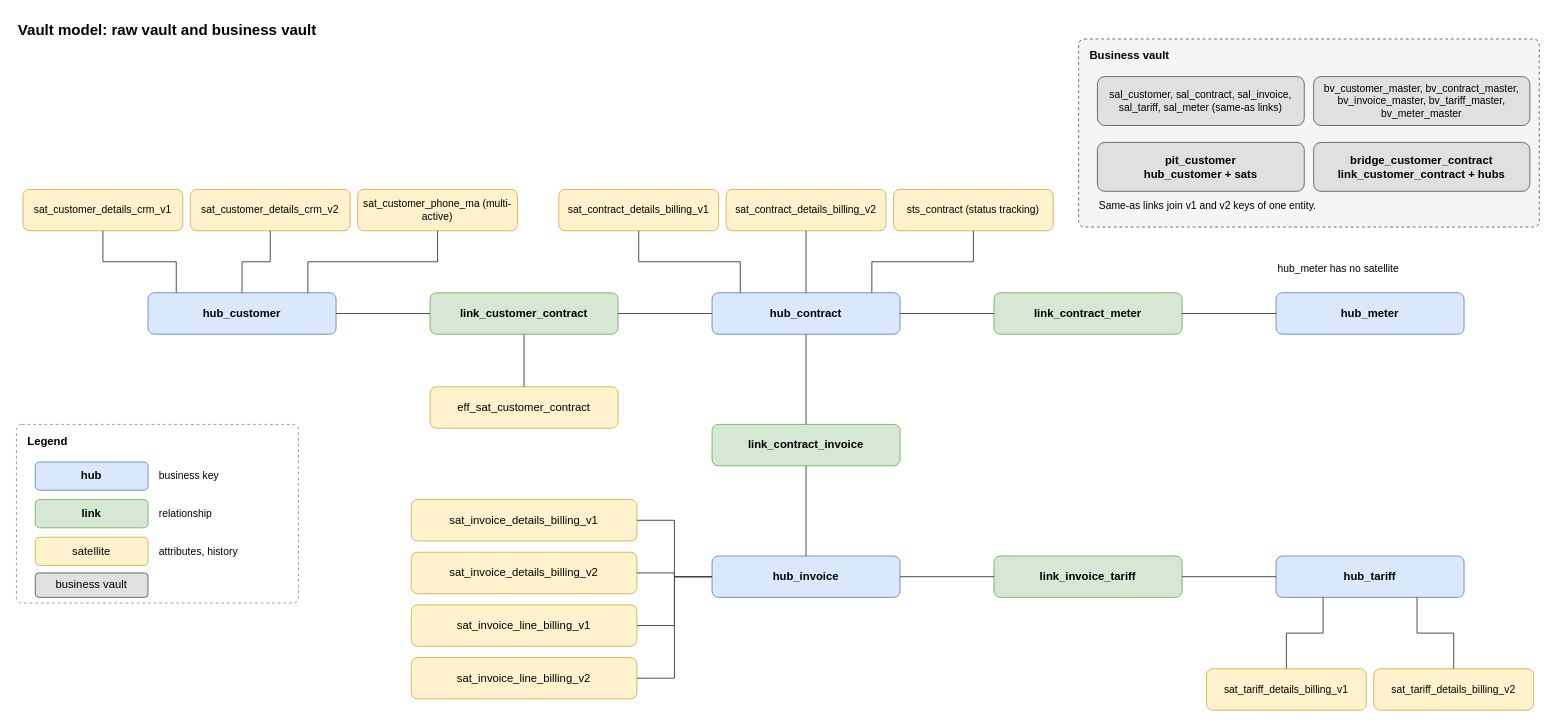
Earlier version of the draw.io diagram page "2 Vault model" (2 of 3) of docs/architecture.drawio (aglivin/vault-lakehouse-migration). Source tidied: cells renumbered, new cells numbered last; positions are measured from the earlier drawing's top-left corner, leaving out a move shared by most shapes. Both pictures are drawn from the tidied source at 94%, with x=0, y=0 at pixel (16, 16).
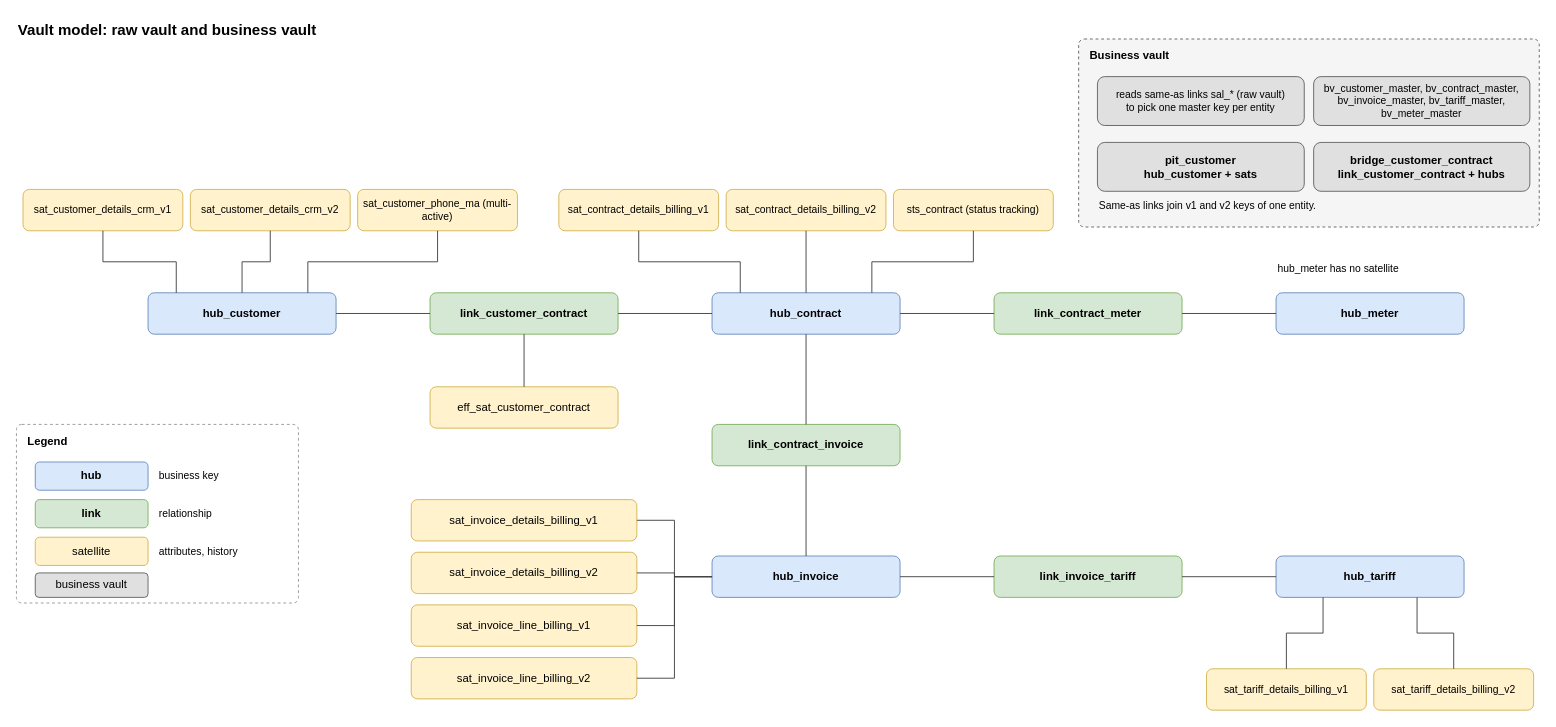
The same diagram, later.

Commit message (it also covers changes not shown here):
docs: draw.io vault and timeline diagrams, two-row data flow

Diff of the diagram source:
```diff
@@
-    <mxCell id="48" value="sal_customer, sal_contract, sal_invoice,&lt;br&gt;sal_tariff, sal_meter (same-as links)" style="rounded=1;whiteSpace=wrap;html=1;fontFamily=Helvetica;fontSize=12;fillColor=#e0e0e0;strokeColor=#666666;fontSize=11;" parent="1" vertex="1">
+    <mxCell id="48" value="reads same-as links sal_* (raw vault)&lt;br&gt;to pick one master key per entity" style="rounded=1;whiteSpace=wrap;html=1;fontFamily=Helvetica;fontSize=12;fillColor=#e0e0e0;strokeColor=#666666;fontSize=11;" parent="1" vertex="1">
       <mxGeometry x="1150" y="64" width="220" height="52" as="geometry" />
     </mxCell>
```
